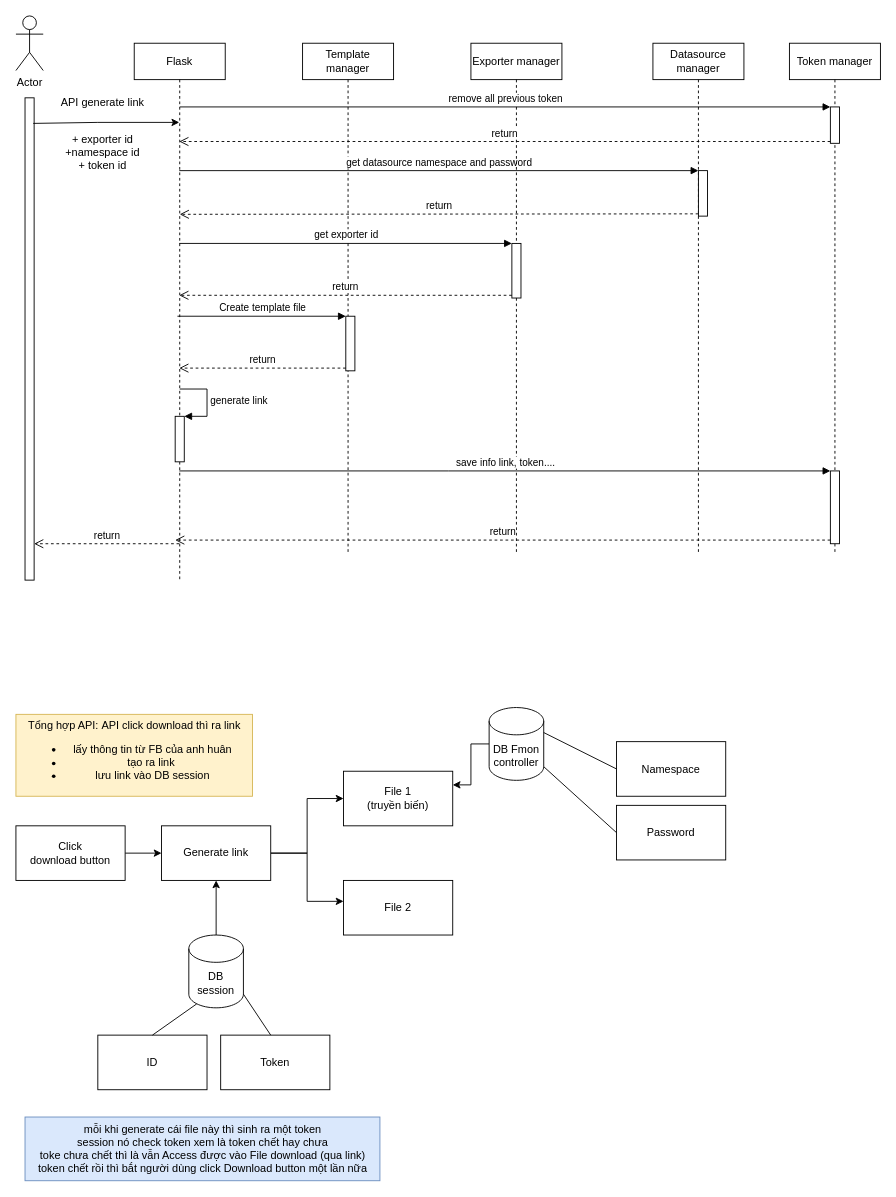
Before: page "API generate link" (1 of 4) of Download install script.drawio in AlicasticAnhthu/apiflask, a draw.io diagram. Source tidied: cells renumbered, new cells numbered last; positions are measured from the earlier drawing's top-left corner, leaving out a move shared by most shapes. Both pictures are drawn from the tidied source at 91%, with x=0, y=0 at pixel (15, 15).
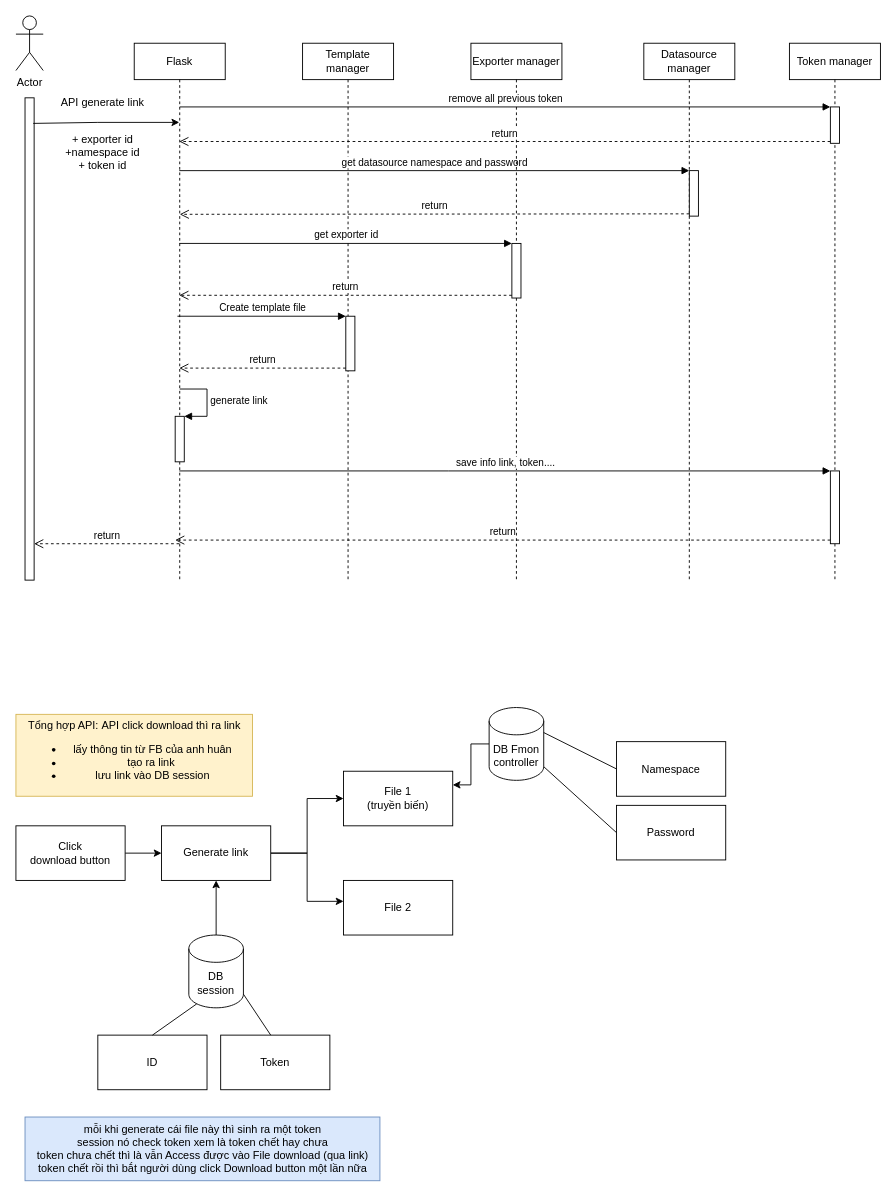
Above is the later version.

Diff of the diagram source:
```diff
@@
     <mxCell id="6" value="Template manager" style="shape=umlLifeline;perimeter=lifelinePerimeter;whiteSpace=wrap;html=1;" parent="1" vertex="1">
-      <mxGeometry x="315" y="30" width="100" height="560" as="geometry" />
+      <mxGeometry x="315" y="30" width="100" height="590" as="geometry" />
     </mxCell>
@@
     <mxCell id="8" value="Datasource manager" style="shape=umlLifeline;perimeter=lifelinePerimeter;whiteSpace=wrap;html=1;" parent="1" vertex="1">
-      <mxGeometry x="700" y="30" width="100" height="560" as="geometry" />
+      <mxGeometry x="690" y="30" width="100" height="590" as="geometry" />
     </mxCell>
@@
-    <mxCell id="29" value="mỗi khi generate cái file này thì sinh ra một token&lt;br&gt;session nó check token xem là token chết hay chưa&lt;br&gt;toke chưa chết thì là vẫn Access được vào File download (qua link)&lt;br&gt;token chết rồi thì bắt người dùng click Download button một lần nữa" style="text;html=1;align=center;verticalAlign=middle;strokeColor=#6c8ebf;fillColor=#dae8fc;" parent="1" vertex="1">
+    <mxCell id="29" value="mỗi khi generate cái file này thì sinh ra một token&lt;br&gt;session nó check token xem là token chết hay chưa&lt;br&gt;token chưa chết thì là vẫn Access được vào File download (qua link)&lt;br&gt;token chết rồi thì bắt người dùng click Download button một lần nữa" style="text;html=1;align=center;verticalAlign=middle;strokeColor=#6c8ebf;fillColor=#dae8fc;" parent="1" vertex="1">
       <mxGeometry x="10" y="1210" width="390" height="70" as="geometry" />
     </mxCell>
@@
     <mxCell id="31" value="Token manager" style="shape=umlLifeline;perimeter=lifelinePerimeter;whiteSpace=wrap;html=1;" parent="1" vertex="1">
-      <mxGeometry x="850" y="30" width="100" height="560" as="geometry" />
+      <mxGeometry x="850" y="30" width="100" height="590" as="geometry" />
     </mxCell>
@@
     <mxCell id="37" value="Exporter manager" style="shape=umlLifeline;perimeter=lifelinePerimeter;whiteSpace=wrap;html=1;" parent="1" vertex="1">
-      <mxGeometry x="500" y="30" width="100" height="560" as="geometry" />
+      <mxGeometry x="500" y="30" width="100" height="590" as="geometry" />
     </mxCell>
```
